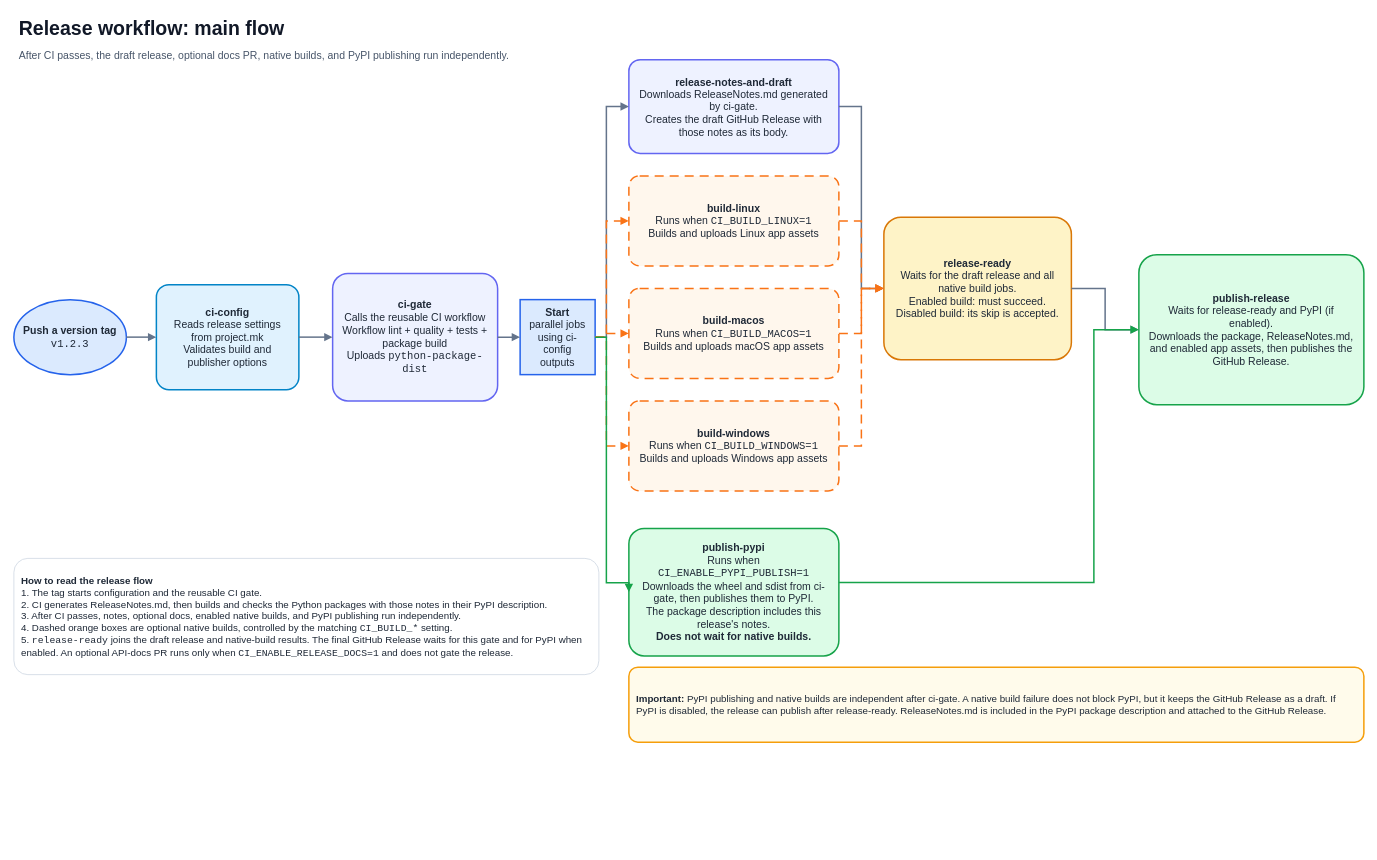
This is page "2 · Release flow" (2 of 4) of docs/ci-workflows.drawio from GaaabLiz/Python-ci-make-template, a draw.io file, before an edit. Source tidied: cells renumbered, new cells numbered last; positions are measured from the earlier drawing's top-left corner, leaving out a move shared by most shapes. Both pictures are drawn from the tidied source at 75%, with x=0, y=0 at pixel (14, 13).
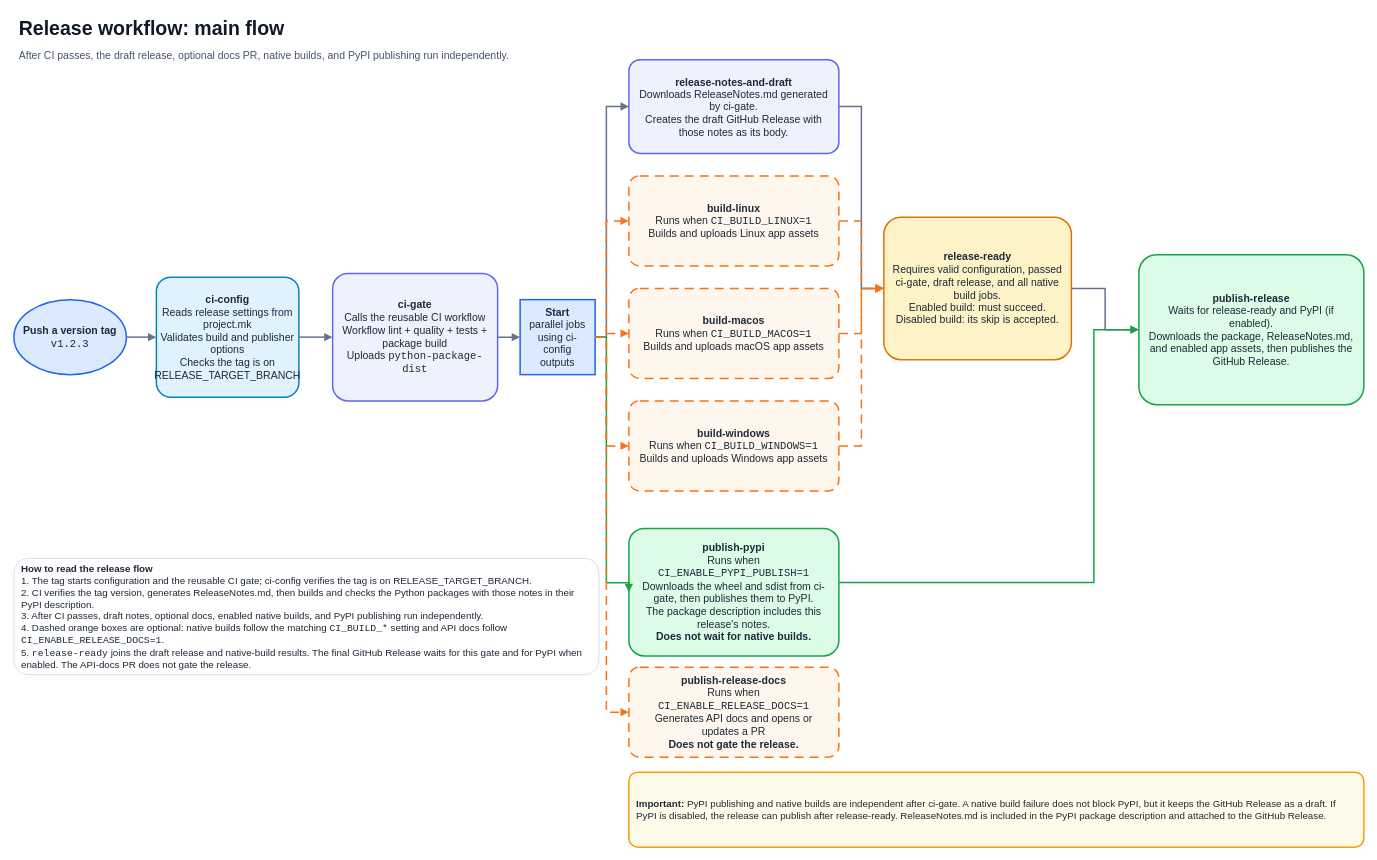
The same diagram, later.

Unchanged cells that the change refers to:
```xml
<mxCell id="7" value="&lt;b&gt;Start&lt;/b&gt;&lt;br&gt;parallel jobs&lt;br&gt;using ci-config outputs" style="hexagon;whiteSpace=wrap;html=1;align=center;verticalAlign=middle;fontFamily=Helvetica;fontSize=14;fontColor=#1f2937;spacing=10;fillColor=#dbeafe;strokeColor=#2563eb;strokeWidth=2;arcSize=12;" parent="1" vertex="1">
  <mxGeometry x="675" y="382" width="100" height="100" as="geometry" />
</mxCell>
```

Diff of the diagram source:
```diff
@@
-    <mxCell id="5" value="&lt;b&gt;ci-config&lt;/b&gt;&lt;br&gt;Reads release settings from project.mk&lt;br&gt;Validates build and publisher options" style="rounded=1;whiteSpace=wrap;html=1;align=center;verticalAlign=middle;fontFamily=Helvetica;fontSize=14;fontColor=#1f2937;spacing=10;fillColor=#e0f2fe;strokeColor=#0284c7;strokeWidth=2;arcSize=12;" parent="1" vertex="1">
-      <mxGeometry x="190" y="362" width="190" height="140" as="geometry" />
+    <mxCell id="5" value="&lt;b&gt;ci-config&lt;/b&gt;&lt;br&gt;Reads release settings from project.mk&lt;br&gt;Validates build and publisher options&lt;br&gt;Checks the tag is on RELEASE_TARGET_BRANCH" style="rounded=1;whiteSpace=wrap;html=1;align=center;verticalAlign=middle;fontFamily=Helvetica;fontSize=14;fontColor=#1f2937;spacing=10;fillColor=#e0f2fe;strokeColor=#0284c7;strokeWidth=2;arcSize=12;" parent="1" vertex="1">
+      <mxGeometry x="190" y="352" width="190" height="160" as="geometry" />
     </mxCell>
@@
+    <mxCell id="31" value="&lt;b&gt;publish-release-docs&lt;/b&gt;&lt;br&gt;Runs when &lt;code&gt;CI_ENABLE_RELEASE_DOCS=1&lt;/code&gt;&lt;br&gt;Generates API docs and opens or updates a PR&lt;br&gt;&lt;b&gt;Does not gate the release.&lt;/b&gt;" style="rounded=1;whiteSpace=wrap;html=1;align=center;verticalAlign=middle;fontFamily=Helvetica;fontSize=14;fontColor=#1f2937;spacing=10;fillColor=#fff7ed;strokeColor=#f97316;strokeWidth=2;arcSize=12;dashed=1;dashPattern=6 4;" parent="1" vertex="1">
+      <mxGeometry x="820" y="872" width="280" height="120" as="geometry" />
+    </mxCell>
-    <mxCell id="13" value="&lt;b&gt;release-ready&lt;/b&gt;&lt;br&gt;Waits for the draft release and all native build jobs.&lt;br&gt;Enabled build: must succeed.&lt;br&gt;Disabled build: its skip is accepted." style="rounded=1;whiteSpace=wrap;html=1;align=center;verticalAlign=middle;fontFamily=Helvetica;fontSize=14;fontColor=#1f2937;spacing=10;fillColor=#fef3c7;strokeColor=#d97706;strokeWidth=2;arcSize=12;" parent="1" vertex="1">
+    <mxCell id="13" value="&lt;b&gt;release-ready&lt;/b&gt;&lt;br&gt;Requires valid configuration, passed ci-gate, draft release, and all native build jobs.&lt;br&gt;Enabled build: must succeed.&lt;br&gt;Disabled build: its skip is accepted." style="rounded=1;whiteSpace=wrap;html=1;align=center;verticalAlign=middle;fontFamily=Helvetica;fontSize=14;fontColor=#1f2937;spacing=10;fillColor=#fef3c7;strokeColor=#d97706;strokeWidth=2;arcSize=12;" parent="1" vertex="1">
       <mxGeometry x="1160" y="272" width="250" height="190" as="geometry" />
     </mxCell>
@@
     <mxCell id="15" value="&lt;b&gt;Important:&lt;/b&gt; PyPI publishing and native builds are independent after ci-gate. A native build failure does not block PyPI, but it keeps the GitHub Release as a draft. If PyPI is disabled, the release can publish after release-ready. ReleaseNotes.md is included in the PyPI package description and attached to the GitHub Release." style="rounded=1;whiteSpace=wrap;html=1;align=center;verticalAlign=middle;fontFamily=Helvetica;fontSize=14;fontColor=#1f2937;spacing=10;fillColor=#fffbeb;strokeColor=#f59e0b;strokeWidth=2;arcSize=12;align=left;fontSize=13;" parent="1" vertex="1">
-      <mxGeometry x="820" y="872" width="980" height="100" as="geometry" />
+      <mxGeometry x="820" y="1012" width="980" height="100" as="geometry" />
     </mxCell>
-    <mxCell id="16" value="&lt;b&gt;How to read the release flow&lt;/b&gt;&lt;br&gt;1. The tag starts configuration and the reusable CI gate.&lt;br&gt;2. CI generates ReleaseNotes.md, then builds and checks the Python packages with those notes in their PyPI description.&lt;br&gt;3. After CI passes, notes, optional docs, enabled native builds, and PyPI publishing run independently.&lt;br&gt;4. Dashed orange boxes are optional native builds, controlled by the matching &lt;code&gt;CI_BUILD_*&lt;/code&gt; setting.&lt;br&gt;5. &lt;code&gt;release-ready&lt;/code&gt; joins the draft release and native-build results. The final GitHub Release waits for this gate and for PyPI when enabled. An optional API-docs PR runs only when &lt;code&gt;CI_ENABLE_RELEASE_DOCS=1&lt;/code&gt; and does not gate the release." style="rounded=1;whiteSpace=wrap;html=1;align=center;verticalAlign=middle;fontFamily=Helvetica;fontSize=14;fontColor=#1f2937;spacing=10;fillColor=#ffffff;strokeColor=#cbd5e1;strokeWidth=2;arcSize=12;align=left;fontSize=13;strokeWidth=1;" parent="1" vertex="1">
+    <mxCell id="16" value="&lt;b&gt;How to read the release flow&lt;/b&gt;&lt;br&gt;1. The tag starts configuration and the reusable CI gate; ci-config verifies the tag is on RELEASE_TARGET_BRANCH.&lt;br&gt;2. CI verifies the tag version, generates ReleaseNotes.md, then builds and checks the Python packages with those notes in their PyPI description.&lt;br&gt;3. After CI passes, draft notes, optional docs, enabled native builds, and PyPI publishing run independently.&lt;br&gt;4. Dashed orange boxes are optional: native builds follow the matching &lt;code&gt;CI_BUILD_*&lt;/code&gt; setting and API docs follow &lt;code&gt;CI_ENABLE_RELEASE_DOCS=1&lt;/code&gt;.&lt;br&gt;5. &lt;code&gt;release-ready&lt;/code&gt; joins the draft release and native-build results. The final GitHub Release waits for this gate and for PyPI when enabled. The API-docs PR does not gate the release." style="rounded=1;whiteSpace=wrap;html=1;align=center;verticalAlign=middle;fontFamily=Helvetica;fontSize=14;fontColor=#1f2937;spacing=10;fillColor=#ffffff;strokeColor=#cbd5e1;strokeWidth=2;arcSize=12;align=left;fontSize=13;strokeWidth=1;" parent="1" vertex="1">
       <mxGeometry y="727" width="780" height="155" as="geometry" />
     </mxCell>
@@
+    <mxCell id="32" style="edgeStyle=orthogonalEdgeStyle;rounded=0;jettySize=auto;html=1;endArrow=block;endFill=1;strokeColor=#f97316;strokeWidth=2;fontSize=12;labelBackgroundColor=#ffffff;dashed=1;dashPattern=6 4;exitX=1;exitY=0.5;entryX=0;entryY=0.5;" parent="1" edge="1" source="7" target="31">
+      <mxGeometry relative="1" as="geometry">
+        <Array as="points">
+          <mxPoint x="790" y="432" />
+          <mxPoint x="790" y="932" />
+        </Array>
+      </mxGeometry>
+    </mxCell>
```
